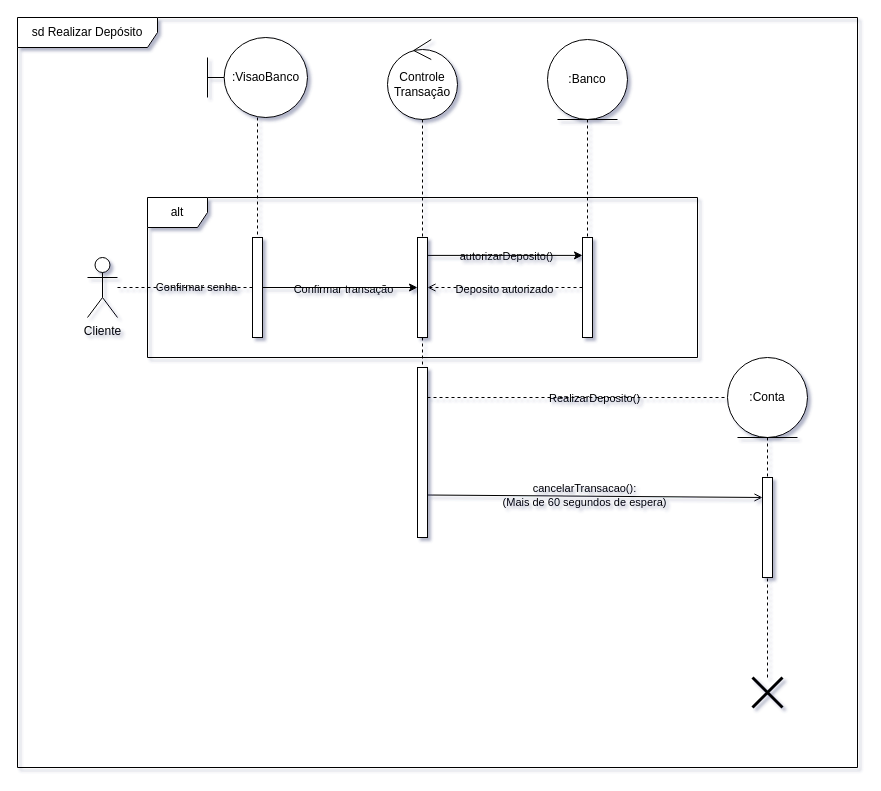
GabrielSilvaRodrigues/diagrama_de_sequencia keeps this draw.io diagram as EmitirExtrato.drawio. Above is the earlier version. Source tidied: cells renumbered, new cells numbered last; positions are measured from the earlier drawing's top-left corner, leaving out a move shared by most shapes. Both pictures are drawn from the tidied source at 100%, with x=0, y=0 at pixel (17, 17).
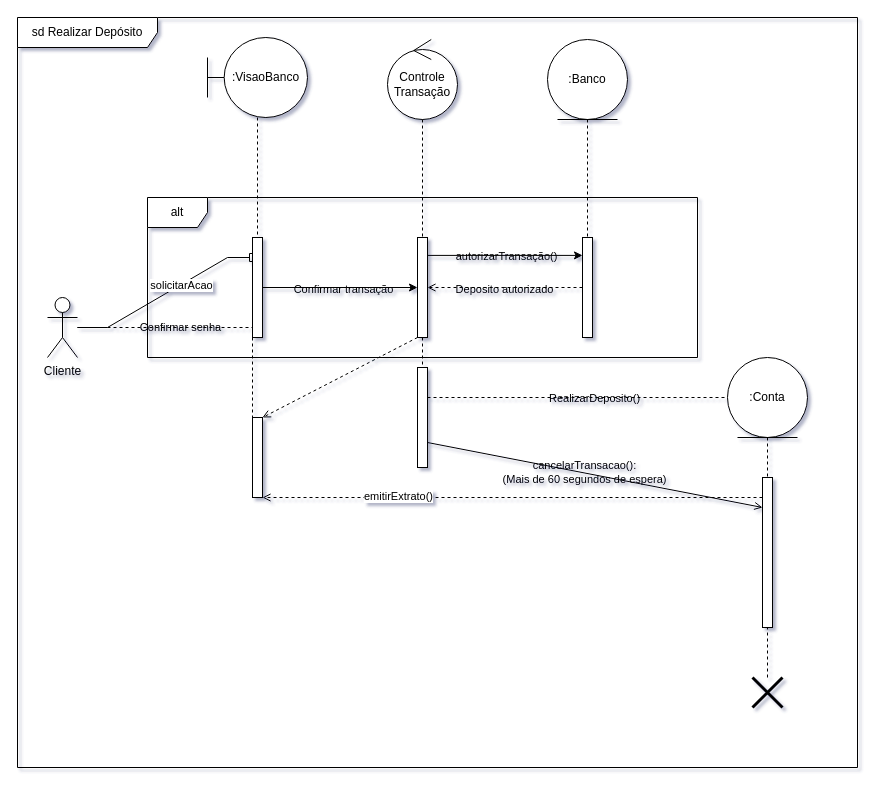
Above is the later version.

Unchanged cells that the change refers to:
```xml
<mxCell id="10" style="html=1;points=[[0,0,0,0,5],[0,1,0,0,-5],[1,0,0,0,5],[1,1,0,0,-5]];perimeter=orthogonalPerimeter;outlineConnect=0;targetShapes=umlLifeline;portConstraint=eastwest;newEdgeStyle={&quot;curved&quot;:0,&quot;rounded&quot;:0};labelBackgroundColor=none;" parent="1" vertex="1">
  <mxGeometry x="235" y="220" width="10" height="100" as="geometry" />
</mxCell>
<mxCell id="11" style="rounded=0;jettySize=auto;html=1;exitX=1;exitY=0.179;exitDx=0;exitDy=0;exitPerimeter=0;labelBackgroundColor=none;fontColor=default;" parent="1" edge="1" source="18" target="21">
  <mxGeometry relative="1" as="geometry" />
</mxCell>
<mxCell id="18" style="html=1;points=[[0,0,0,0,5],[0,1,0,0,-5],[1,0,0,0,5],[1,1,0,0,-5]];perimeter=orthogonalPerimeter;outlineConnect=0;targetShapes=umlLifeline;portConstraint=eastwest;newEdgeStyle={&quot;curved&quot;:0,&quot;rounded&quot;:0};labelBackgroundColor=none;" parent="1" vertex="1">
  <mxGeometry x="400" y="220" width="10" height="100" as="geometry" />
</mxCell>
```

What changed in the source:
```diff
@@
+    <mxCell id="33" style="rounded=0;jettySize=auto;html=1;endArrow=box;endFill=0;entryX=0.5;entryY=0.2;entryDx=0;entryDy=0;entryPerimeter=0;edgeStyle=entityRelationEdgeStyle;" parent="1" edge="1" source="4" target="10">
+      <mxGeometry relative="1" as="geometry" />
+    </mxCell>
+    <mxCell id="34" value="solicitarAcao" style="edgeLabel;html=1;align=center;verticalAlign=middle;" parent="33" vertex="1">
+      <mxGeometry x="0.16" relative="1" as="geometry" />
+    </mxCell>
     <mxCell id="4" value="Cliente" style="shape=umlActor;verticalLabelPosition=bottom;verticalAlign=top;html=1;outlineConnect=0;labelBackgroundColor=none;" parent="1" vertex="1">
-      <mxGeometry x="70" y="240" width="30" height="60" as="geometry" />
+      <mxGeometry x="30" y="280" width="30" height="60" as="geometry" />
     </mxCell>
@@
-    <mxCell id="12" value="autorizarDeposito()" style="edgeLabel;html=1;align=center;verticalAlign=middle;labelBackgroundColor=none;" parent="11" vertex="1">
+    <mxCell id="12" value="autorizarTransação()" style="edgeLabel;html=1;align=center;verticalAlign=middle;labelBackgroundColor=none;" parent="11" vertex="1">
       <mxGeometry x="0.01" y="-1" relative="1" as="geometry" />
     </mxCell>
@@
+    <mxCell id="35" style="rounded=0;jettySize=auto;html=1;endArrow=open;endFill=0;dashed=1;" parent="1" edge="1" source="18" target="38">
+      <mxGeometry relative="1" as="geometry" />
+    </mxCell>
@@
+    <mxCell id="36" style="rounded=0;jettySize=auto;html=1;endArrow=open;endFill=0;dashed=1;" parent="1" edge="1" source="26" target="38">
+      <mxGeometry relative="1" as="geometry" />
+    </mxCell>
+    <mxCell id="37" value="emitirExtrato()" style="edgeLabel;html=1;align=center;verticalAlign=middle;" parent="36" vertex="1">
+      <mxGeometry x="0.46" y="-2" relative="1" as="geometry" />
+    </mxCell>
     <mxCell id="26" style="html=1;points=[[0,0,0,0,5],[0,1,0,0,-5],[1,0,0,0,5],[1,1,0,0,-5]];perimeter=orthogonalPerimeter;outlineConnect=0;targetShapes=umlLifeline;portConstraint=eastwest;newEdgeStyle={&quot;curved&quot;:0,&quot;rounded&quot;:0};labelBackgroundColor=none;" parent="1" vertex="1">
-      <mxGeometry x="745" y="460" width="10" height="100" as="geometry" />
+      <mxGeometry x="745" y="460" width="10" height="150" as="geometry" />
     </mxCell>
@@
     <mxCell id="32" style="html=1;points=[[0,0,0,0,5],[0,1,0,0,-5],[1,0,0,0,5],[1,1,0,0,-5]];perimeter=orthogonalPerimeter;outlineConnect=0;targetShapes=umlLifeline;portConstraint=eastwest;newEdgeStyle={&quot;curved&quot;:0,&quot;rounded&quot;:0};" parent="1" vertex="1">
-      <mxGeometry x="400" y="350" width="10" height="170" as="geometry" />
+      <mxGeometry x="400" y="350" width="10" height="100" as="geometry" />
     </mxCell>
+    <mxCell id="38" style="html=1;points=[[0,0,0,0,5],[0,1,0,0,-5],[1,0,0,0,5],[1,1,0,0,-5]];perimeter=orthogonalPerimeter;outlineConnect=0;targetShapes=umlLifeline;portConstraint=eastwest;newEdgeStyle={&quot;curved&quot;:0,&quot;rounded&quot;:0};" parent="1" vertex="1">
+      <mxGeometry x="235" y="400" width="10" height="80" as="geometry" />
+    </mxCell>
+    <mxCell id="39" style="rounded=0;jettySize=auto;html=1;entryX=0;entryY=0;entryDx=0;entryDy=5;entryPerimeter=0;endArrow=none;startFill=0;dashed=1;" parent="1" edge="1" source="10" target="38">
+      <mxGeometry relative="1" as="geometry" />
+    </mxCell>
```
